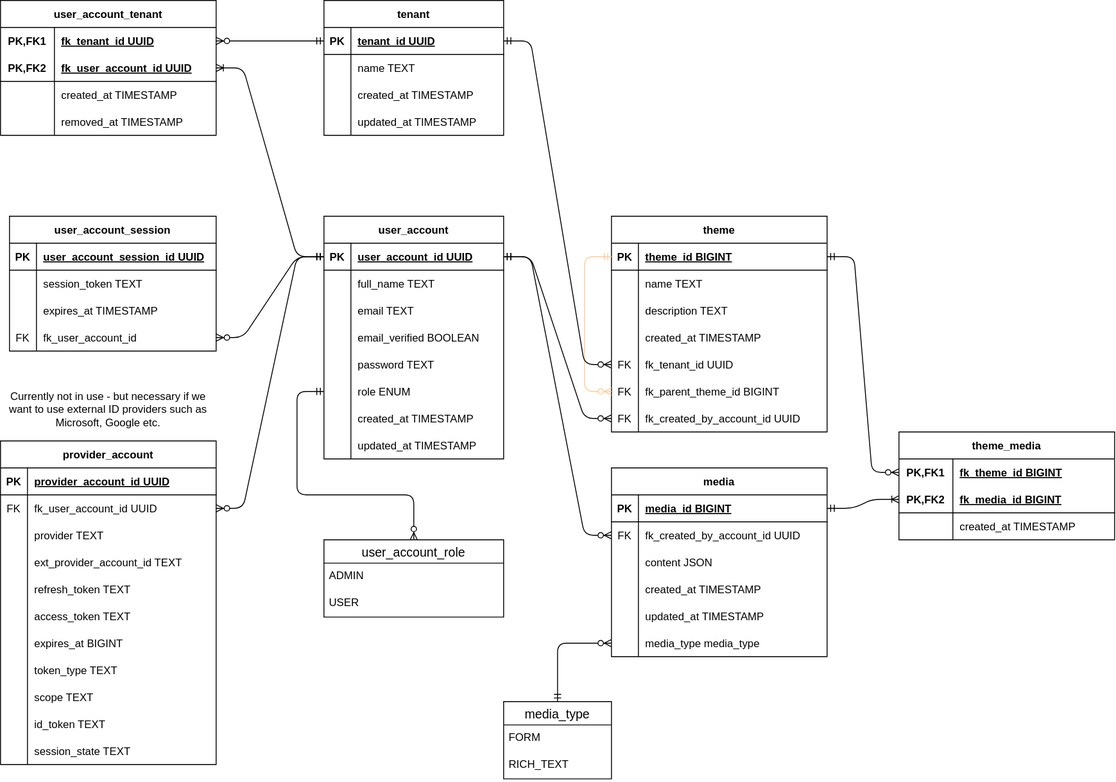
Above: docs/erdiagram.drawio.svg in NTNU-IE-IIR/tidlig-innsats-ungdom (draw.io), before the change. Source tidied: cells renumbered, new cells last; positions are measured from the earlier drawing's top-left corner, leaving out a move shared by most shapes.
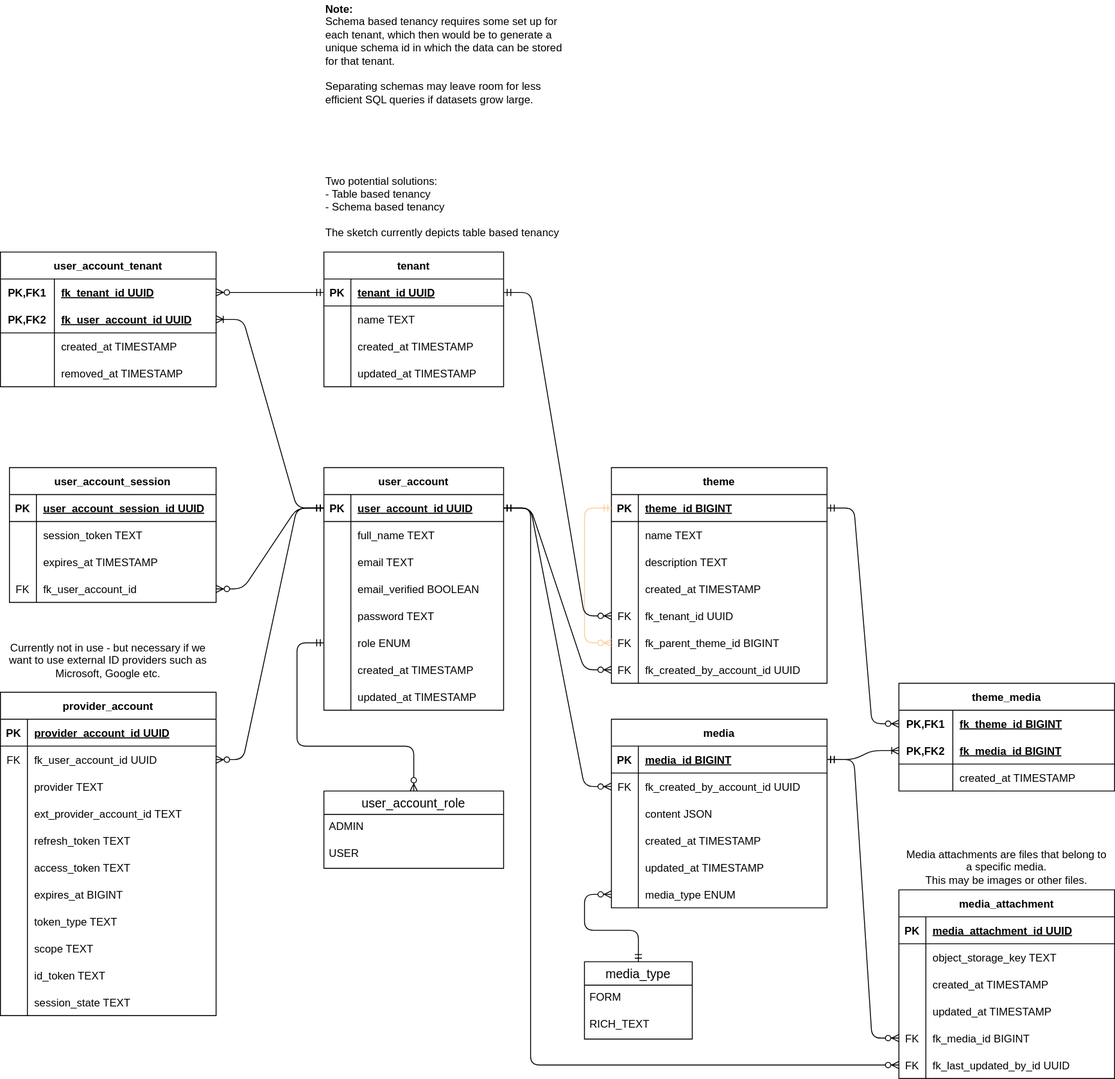
After the change.

Commit message:
docs: add attachment entity

Change to the diagram source:
```diff
@@ -208,11 +208,11 @@
     <mxCell id="68" style="shape=partialRectangle;fillColor=none;top=0;left=0;bottom=0;right=0;overflow=hidden;" parent="67" vertex="1">
       <mxGeometry width="30" height="30" as="geometry" />
     </mxCell>
-    <mxCell id="69" value="media_type media_type" style="shape=partialRectangle;fillColor=none;top=0;left=0;bottom=0;right=0;align=left;spacingLeft=6;overflow=hidden;" parent="67" vertex="1">
+    <mxCell id="69" value="media_type ENUM" style="shape=partialRectangle;fillColor=none;top=0;left=0;bottom=0;right=0;align=left;spacingLeft=6;overflow=hidden;" parent="67" vertex="1">
       <mxGeometry x="30" width="210" height="30" as="geometry" />
     </mxCell>
     <mxCell id="70" value="media_type" style="swimlane;fontStyle=0;horizontal=1;startSize=26;align=center;fontSize=14;" parent="1" vertex="1">
-      <mxGeometry x="560" y="780" width="120" height="86" as="geometry" />
+      <mxGeometry x="650" y="790" width="120" height="86" as="geometry" />
     </mxCell>
     <mxCell id="71" value="FORM" style="text;strokeColor=none;fillColor=none;spacingLeft=4;spacingRight=4;overflow=hidden;fontSize=12;" parent="70" vertex="1">
       <mxGeometry y="26" width="120" height="30" as="geometry" />
@@ -260,7 +260,13 @@
       <mxGeometry relative="1" as="geometry" />
     </mxCell>
     <mxCell id="86" style="edgeStyle=orthogonalEdgeStyle;fontSize=12;html=1;endArrow=ERzeroToMany;startArrow=ERmandOne;exitX=0.5;exitY=0;exitDx=0;exitDy=0;entryX=0;entryY=0.5;entryDx=0;entryDy=0;" parent="1" edge="1" source="70" target="67">
-      <mxGeometry relative="1" as="geometry" />
+      <mxGeometry relative="1" as="geometry">
+        <Array as="points">
+          <mxPoint x="710" y="755" />
+          <mxPoint x="650" y="755" />
+          <mxPoint x="650" y="715" />
+        </Array>
+      </mxGeometry>
     </mxCell>
     <mxCell id="87" value="provider_account" style="shape=table;startSize=30;rowLines=0;fontStyle=1;align=center;" parent="1" vertex="1">
       <mxGeometry y="490" width="240" height="360" as="geometry" />
@@ -517,5 +523,82 @@
     <mxCell id="169" style="edgeStyle=entityRelationEdgeStyle;fontSize=12;html=1;endArrow=ERzeroToMany;startArrow=ERmandOne;exitX=1;exitY=0.5;exitDx=0;exitDy=0;entryX=0;entryY=0.5;entryDx=0;entryDy=0;" parent="1" edge="1" source="142" target="40">
       <mxGeometry relative="1" as="geometry" />
     </mxCell>
+    <mxCell id="170" value="media_attachment" style="shape=table;startSize=30;rowLines=0;fontStyle=1;align=center;" parent="1" vertex="1">
+      <mxGeometry x="1000" y="710" width="240" height="210" as="geometry" />
+    </mxCell>
+    <mxCell id="171" style="shape=tableRow;horizontal=0;startSize=0;swimlaneHead=0;swimlaneBody=0;fillColor=none;top=0;left=0;right=0;bottom=1;" parent="170" vertex="1">
+      <mxGeometry y="30" width="240" height="30" as="geometry" />
+    </mxCell>
+    <mxCell id="172" value="PK" style="shape=partialRectangle;fillColor=none;top=0;left=0;bottom=0;right=0;fontStyle=1;overflow=hidden;" parent="171" vertex="1">
+      <mxGeometry width="30" height="30" as="geometry" />
+    </mxCell>
+    <mxCell id="173" value="media_attachment_id UUID" style="shape=partialRectangle;fillColor=none;top=0;left=0;bottom=0;right=0;align=left;spacingLeft=6;fontStyle=5;overflow=hidden;" parent="171" vertex="1">
+      <mxGeometry x="30" width="210" height="30" as="geometry" />
+    </mxCell>
+    <mxCell id="174" style="shape=tableRow;horizontal=0;startSize=0;swimlaneHead=0;swimlaneBody=0;fillColor=none;top=0;left=0;right=0;bottom=0;" parent="170" vertex="1">
+      <mxGeometry y="60" width="240" height="30" as="geometry" />
+    </mxCell>
+    <mxCell id="175" style="shape=partialRectangle;fillColor=none;top=0;left=0;bottom=0;right=0;overflow=hidden;" parent="174" vertex="1">
+      <mxGeometry width="30" height="30" as="geometry" />
+    </mxCell>
+    <mxCell id="176" value="object_storage_key TEXT" style="shape=partialRectangle;fillColor=none;top=0;left=0;bottom=0;right=0;align=left;spacingLeft=6;overflow=hidden;" parent="174" vertex="1">
+      <mxGeometry x="30" width="210" height="30" as="geometry" />
+    </mxCell>
+    <mxCell id="177" style="shape=tableRow;horizontal=0;startSize=0;swimlaneHead=0;swimlaneBody=0;fillColor=none;top=0;left=0;right=0;bottom=0;" parent="170" vertex="1">
+      <mxGeometry y="90" width="240" height="30" as="geometry" />
+    </mxCell>
+    <mxCell id="178" style="shape=partialRectangle;fillColor=none;top=0;left=0;bottom=0;right=0;overflow=hidden;" parent="177" vertex="1">
+      <mxGeometry width="30" height="30" as="geometry" />
+    </mxCell>
+    <mxCell id="179" value="created_at TIMESTAMP" style="shape=partialRectangle;fillColor=none;top=0;left=0;bottom=0;right=0;align=left;spacingLeft=6;overflow=hidden;" parent="177" vertex="1">
+      <mxGeometry x="30" width="210" height="30" as="geometry" />
+    </mxCell>
+    <mxCell id="180" style="shape=tableRow;horizontal=0;startSize=0;swimlaneHead=0;swimlaneBody=0;fillColor=none;top=0;left=0;right=0;bottom=0;" parent="170" vertex="1">
+      <mxGeometry y="120" width="240" height="30" as="geometry" />
+    </mxCell>
+    <mxCell id="181" style="shape=partialRectangle;fillColor=none;top=0;left=0;bottom=0;right=0;overflow=hidden;" parent="180" vertex="1">
+      <mxGeometry width="30" height="30" as="geometry" />
+    </mxCell>
+    <mxCell id="182" value="updated_at TIMESTAMP" style="shape=partialRectangle;fillColor=none;top=0;left=0;bottom=0;right=0;align=left;spacingLeft=6;overflow=hidden;" parent="180" vertex="1">
+      <mxGeometry x="30" width="210" height="30" as="geometry" />
+    </mxCell>
+    <mxCell id="183" style="shape=tableRow;horizontal=0;startSize=0;swimlaneHead=0;swimlaneBody=0;fillColor=none;points=[[0,0.5],[1,0.5]];portConstraint=eastwest;top=0;left=0;right=0;bottom=0;" parent="170" vertex="1">
+      <mxGeometry y="150" width="240" height="30" as="geometry" />
+    </mxCell>
+    <mxCell id="184" value="FK" style="shape=partialRectangle;fillColor=none;top=0;left=0;bottom=0;right=0;fontStyle=0;overflow=hidden;" parent="183" vertex="1">
+      <mxGeometry width="30" height="30" as="geometry" />
+    </mxCell>
+    <mxCell id="185" value="fk_media_id BIGINT" style="shape=partialRectangle;fillColor=none;top=0;left=0;bottom=0;right=0;align=left;spacingLeft=6;fontStyle=0;overflow=hidden;" parent="183" vertex="1">
+      <mxGeometry x="30" width="210" height="30" as="geometry" />
+    </mxCell>
+    <mxCell id="186" style="shape=tableRow;horizontal=0;startSize=0;swimlaneHead=0;swimlaneBody=0;fillColor=none;points=[[0,0.5],[1,0.5]];portConstraint=eastwest;top=0;left=0;right=0;bottom=0;" parent="170" vertex="1">
+      <mxGeometry y="180" width="240" height="30" as="geometry" />
+    </mxCell>
+    <mxCell id="187" value="FK" style="shape=partialRectangle;fillColor=none;top=0;left=0;bottom=0;right=0;fontStyle=0;overflow=hidden;" parent="186" vertex="1">
+      <mxGeometry width="30" height="30" as="geometry" />
+    </mxCell>
+    <mxCell id="188" value="fk_last_updated_by_id UUID" style="shape=partialRectangle;fillColor=none;top=0;left=0;bottom=0;right=0;align=left;spacingLeft=6;fontStyle=0;overflow=hidden;" parent="186" vertex="1">
+      <mxGeometry x="30" width="210" height="30" as="geometry" />
+    </mxCell>
+    <mxCell id="189" value="Media attachments are files that belong to a specific media.&amp;nbsp;&lt;br&gt;This may be images or other files." style="text;html=1;strokeColor=none;fillColor=none;align=center;verticalAlign=middle;whiteSpace=wrap;rounded=0;" parent="1" vertex="1">
+      <mxGeometry x="1005" y="660" width="230" height="50" as="geometry" />
+    </mxCell>
+    <mxCell id="190" style="edgeStyle=entityRelationEdgeStyle;fontSize=12;html=1;endArrow=ERzeroToMany;startArrow=ERmandOne;exitX=1;exitY=0.5;exitDx=0;exitDy=0;entryX=0;entryY=0.5;entryDx=0;entryDy=0;" parent="1" edge="1" source="52" target="183">
+      <mxGeometry relative="1" as="geometry" />
+    </mxCell>
+    <mxCell id="191" style="edgeStyle=orthogonalEdgeStyle;fontSize=12;html=1;endArrow=ERzeroToMany;startArrow=ERmandOne;exitX=1;exitY=0.5;exitDx=0;exitDy=0;entryX=0;entryY=0.5;entryDx=0;entryDy=0;" parent="1" edge="1" source="3" target="186">
+      <mxGeometry relative="1" as="geometry">
+        <Array as="points">
+          <mxPoint x="590" y="285" />
+          <mxPoint x="590" y="905" />
+        </Array>
+      </mxGeometry>
+    </mxCell>
+    <mxCell id="192" value="Two potential solutions:&lt;br&gt;&lt;div style=&quot;&quot;&gt;&lt;span style=&quot;background-color: initial;&quot;&gt;- Table based tenancy&lt;/span&gt;&lt;/div&gt;&lt;div style=&quot;&quot;&gt;&lt;span style=&quot;background-color: initial;&quot;&gt;- Schema based tenancy&lt;/span&gt;&lt;/div&gt;&lt;br&gt;The sketch currently depicts table based tenancy" style="text;html=1;strokeColor=none;fillColor=none;align=left;verticalAlign=middle;whiteSpace=wrap;rounded=0;" parent="1" vertex="1">
+      <mxGeometry x="360" y="-90" width="270" height="80" as="geometry" />
+    </mxCell>
+    <mxCell id="193" value="&lt;b&gt;Note:&lt;/b&gt;&lt;br&gt;Schema based tenancy requires some set up for each tenant, which then would be to generate a unique schema id in which the data can be stored for that tenant.&lt;br&gt;&lt;br&gt;Separating schemas may leave room for less efficient SQL queries if datasets grow large.&amp;nbsp;" style="text;html=1;strokeColor=none;fillColor=none;align=left;verticalAlign=middle;whiteSpace=wrap;rounded=0;" parent="1" vertex="1">
+      <mxGeometry x="360" y="-280" width="270" height="120" as="geometry" />
+    </mxCell>
   </root>
 </mxGraphModel>
```
